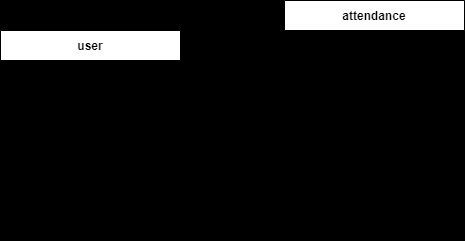
Before: src/er.drawio.png, a diagram exported from draw.io (gh-sugiura/mock_project1). Source tidied: cells renumbered, new cells last; positions are measured from the earlier drawing's top-left corner, leaving out a move shared by most shapes.
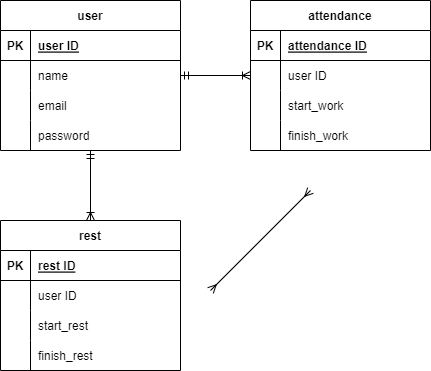
After the commit.

What changed in the source:
```diff
@@ -1,9 +1,9 @@
-<mxGraphModel background="#000000">
+<mxGraphModel>
   <root>
     <mxCell id="0" />
     <mxCell id="1" parent="0" />
     <mxCell id="2" value="attendance" style="shape=table;startSize=30;rowLines=0;fontStyle=1;align=center;" parent="1" vertex="1">
-      <mxGeometry x="284" width="180" height="240" as="geometry" />
+      <mxGeometry x="250" y="30" width="180" height="150" as="geometry" />
     </mxCell>
     <mxCell id="3" style="shape=tableRow;horizontal=0;startSize=0;swimlaneHead=0;swimlaneBody=0;fillColor=none;top=0;left=0;right=0;bottom=1;" parent="2" vertex="1">
       <mxGeometry y="30" width="180" height="30" as="geometry" />
@@ -23,17 +23,8 @@
     <mxCell id="8" value="user ID" style="shape=partialRectangle;fillColor=none;top=0;left=0;bottom=0;right=0;align=left;spacingLeft=6;overflow=hidden;" parent="6" vertex="1">
       <mxGeometry x="30" width="150" height="30" as="geometry" />
     </mxCell>
-    <mxCell id="9" style="shape=tableRow;horizontal=0;startSize=0;swimlaneHead=0;swimlaneBody=0;fillColor=none;top=0;left=0;right=0;bottom=0;" parent="2" vertex="1">
-      <mxGeometry y="90" width="180" height="30" as="geometry" />
-    </mxCell>
-    <mxCell id="10" style="shape=partialRectangle;fillColor=none;top=0;left=0;bottom=0;right=0;overflow=hidden;" parent="9" vertex="1">
-      <mxGeometry width="30" height="30" as="geometry" />
-    </mxCell>
-    <mxCell id="11" value="date" style="shape=partialRectangle;fillColor=none;top=0;left=0;bottom=0;right=0;align=left;spacingLeft=6;overflow=hidden;" parent="9" vertex="1">
-      <mxGeometry x="30" width="150" height="30" as="geometry" />
-    </mxCell>
     <mxCell id="12" style="shape=tableRow;horizontal=0;startSize=0;swimlaneHead=0;swimlaneBody=0;fillColor=none;top=0;left=0;right=0;bottom=0;" parent="2" vertex="1">
-      <mxGeometry y="120" width="180" height="30" as="geometry" />
+      <mxGeometry y="90" width="180" height="30" as="geometry" />
     </mxCell>
     <mxCell id="13" style="shape=partialRectangle;fillColor=none;top=0;left=0;bottom=0;right=0;overflow=hidden;" parent="12" vertex="1">
       <mxGeometry width="30" height="30" as="geometry" />
@@ -42,7 +33,7 @@
       <mxGeometry x="30" width="150" height="30" as="geometry" />
     </mxCell>
     <mxCell id="15" style="shape=tableRow;horizontal=0;startSize=0;swimlaneHead=0;swimlaneBody=0;fillColor=none;top=0;left=0;right=0;bottom=0;" parent="2" vertex="1">
-      <mxGeometry y="150" width="180" height="30" as="geometry" />
+      <mxGeometry y="120" width="180" height="30" as="geometry" />
     </mxCell>
     <mxCell id="16" style="shape=partialRectangle;fillColor=none;top=0;left=0;bottom=0;right=0;overflow=hidden;" parent="15" vertex="1">
       <mxGeometry width="30" height="30" as="geometry" />
@@ -50,26 +41,8 @@
     <mxCell id="17" value="finish_work" style="shape=partialRectangle;fillColor=none;top=0;left=0;bottom=0;right=0;align=left;spacingLeft=6;overflow=hidden;" parent="15" vertex="1">
       <mxGeometry x="30" width="150" height="30" as="geometry" />
     </mxCell>
-    <mxCell id="18" style="shape=tableRow;horizontal=0;startSize=0;swimlaneHead=0;swimlaneBody=0;fillColor=none;top=0;left=0;right=0;bottom=0;" parent="2" vertex="1">
-      <mxGeometry y="180" width="180" height="30" as="geometry" />
-    </mxCell>
-    <mxCell id="19" style="shape=partialRectangle;fillColor=none;top=0;left=0;bottom=0;right=0;overflow=hidden;" parent="18" vertex="1">
-      <mxGeometry width="30" height="30" as="geometry" />
-    </mxCell>
-    <mxCell id="20" value="start_brake" style="shape=partialRectangle;fillColor=none;top=0;left=0;bottom=0;right=0;align=left;spacingLeft=6;overflow=hidden;" parent="18" vertex="1">
-      <mxGeometry x="30" width="150" height="30" as="geometry" />
-    </mxCell>
-    <mxCell id="21" style="shape=tableRow;horizontal=0;startSize=0;swimlaneHead=0;swimlaneBody=0;fillColor=none;top=0;left=0;right=0;bottom=0;" parent="2" vertex="1">
-      <mxGeometry y="210" width="180" height="30" as="geometry" />
-    </mxCell>
-    <mxCell id="22" style="shape=partialRectangle;fillColor=none;top=0;left=0;bottom=0;right=0;overflow=hidden;" parent="21" vertex="1">
-      <mxGeometry width="30" height="30" as="geometry" />
-    </mxCell>
-    <mxCell id="23" value="finish_brake" style="shape=partialRectangle;fillColor=none;top=0;left=0;bottom=0;right=0;align=left;spacingLeft=6;overflow=hidden;" parent="21" vertex="1">
-      <mxGeometry x="30" width="150" height="30" as="geometry" />
-    </mxCell>
     <mxCell id="24" value="user" style="shape=table;startSize=30;rowLines=0;fontStyle=1;align=center;" parent="1" vertex="1">
-      <mxGeometry y="30" width="180" height="180" as="geometry" />
+      <mxGeometry y="30" width="180" height="150" as="geometry" />
     </mxCell>
     <mxCell id="25" style="shape=tableRow;horizontal=0;startSize=0;swimlaneHead=0;swimlaneBody=0;fillColor=none;top=0;left=0;right=0;bottom=1;" parent="24" vertex="1">
       <mxGeometry y="30" width="180" height="30" as="geometry" />
@@ -107,17 +80,56 @@
     <mxCell id="36" value="password" style="shape=partialRectangle;fillColor=none;top=0;left=0;bottom=0;right=0;align=left;spacingLeft=6;overflow=hidden;" parent="34" vertex="1">
       <mxGeometry x="30" width="150" height="30" as="geometry" />
     </mxCell>
-    <mxCell id="37" style="shape=tableRow;horizontal=0;startSize=0;swimlaneHead=0;swimlaneBody=0;fillColor=none;top=0;left=0;right=0;bottom=0;sketch=1;hachureGap=4;jiggle=2;curveFitting=1;fontFamily=Architects Daughter;fontSource=https%3A%2F%2Ffonts.googleapis.com%2Fcss%3Ffamily%3DArchitects%2BDaughter;fontSize=20;" parent="24" vertex="1">
-      <mxGeometry y="150" width="180" height="30" as="geometry" />
-    </mxCell>
-    <mxCell id="38" style="shape=partialRectangle;fillColor=none;top=0;left=0;bottom=0;right=0;overflow=hidden;sketch=1;hachureGap=4;jiggle=2;curveFitting=1;fontFamily=Architects Daughter;fontSource=https%3A%2F%2Ffonts.googleapis.com%2Fcss%3Ffamily%3DArchitects%2BDaughter;fontSize=20;" parent="37" vertex="1">
-      <mxGeometry width="30" height="30" as="geometry" />
-    </mxCell>
-    <mxCell id="39" value="password_confirmation" style="shape=partialRectangle;fillColor=none;top=0;left=0;bottom=0;right=0;align=left;spacingLeft=6;overflow=hidden;sketch=1;hachureGap=4;jiggle=2;curveFitting=1;fontFamily=Helvetica;fontSize=12;" parent="37" vertex="1">
-      <mxGeometry x="30" width="150" height="30" as="geometry" />
-    </mxCell>
-    <mxCell id="40" style="fontSize=12;html=1;endArrow=ERoneToMany;startArrow=ERmandOne;sketch=1;hachureGap=4;jiggle=2;curveFitting=1;fontFamily=Architects Daughter;fontSource=https%3A%2F%2Ffonts.googleapis.com%2Fcss%3Ffamily%3DArchitects%2BDaughter;" parent="1" edge="1" source="24" target="2">
+    <mxCell id="40" style="fontSize=12;html=1;endArrow=ERoneToMany;startArrow=ERmandOne;hachureGap=4;fontFamily=Architects Daughter;fontSource=https%3A%2F%2Ffonts.googleapis.com%2Fcss%3Ffamily%3DArchitects%2BDaughter;entryX=0;entryY=0.5;entryDx=0;entryDy=0;" parent="1" edge="1" source="24" target="6">
       <mxGeometry relative="1" as="geometry" />
     </mxCell>
+    <mxCell id="41" value="rest" style="shape=table;startSize=30;rowLines=0;fontStyle=1;align=center;" parent="1" vertex="1">
+      <mxGeometry y="250" width="180" height="150" as="geometry" />
+    </mxCell>
+    <mxCell id="42" style="shape=tableRow;horizontal=0;startSize=0;swimlaneHead=0;swimlaneBody=0;fillColor=none;top=0;left=0;right=0;bottom=1;" parent="41" vertex="1">
+      <mxGeometry y="30" width="180" height="30" as="geometry" />
+    </mxCell>
+    <mxCell id="43" value="PK" style="shape=partialRectangle;fillColor=none;top=0;left=0;bottom=0;right=0;fontStyle=1;overflow=hidden;" parent="42" vertex="1">
+      <mxGeometry width="30" height="30" as="geometry" />
+    </mxCell>
+    <mxCell id="44" value="rest ID" style="shape=partialRectangle;fillColor=none;top=0;left=0;bottom=0;right=0;align=left;spacingLeft=6;fontStyle=5;overflow=hidden;" parent="42" vertex="1">
+      <mxGeometry x="30" width="150" height="30" as="geometry" />
+    </mxCell>
+    <mxCell id="45" style="shape=tableRow;horizontal=0;startSize=0;swimlaneHead=0;swimlaneBody=0;fillColor=none;top=0;left=0;right=0;bottom=0;" parent="41" vertex="1">
+      <mxGeometry y="60" width="180" height="30" as="geometry" />
+    </mxCell>
+    <mxCell id="46" style="shape=partialRectangle;fillColor=none;top=0;left=0;bottom=0;right=0;overflow=hidden;" parent="45" vertex="1">
+      <mxGeometry width="30" height="30" as="geometry" />
+    </mxCell>
+    <mxCell id="47" value="user ID" style="shape=partialRectangle;fillColor=none;top=0;left=0;bottom=0;right=0;align=left;spacingLeft=6;overflow=hidden;" parent="45" vertex="1">
+      <mxGeometry x="30" width="150" height="30" as="geometry" />
+    </mxCell>
+    <mxCell id="9" style="shape=tableRow;horizontal=0;startSize=0;swimlaneHead=0;swimlaneBody=0;fillColor=none;top=0;left=0;right=0;bottom=0;" parent="41" vertex="1">
+      <mxGeometry y="90" width="180" height="30" as="geometry" />
+    </mxCell>
+    <mxCell id="48" style="shape=partialRectangle;fillColor=none;top=0;left=0;bottom=0;right=0;overflow=hidden;" parent="9" vertex="1">
+      <mxGeometry width="30" height="30" as="geometry" />
+    </mxCell>
+    <mxCell id="49" value="start_rest" style="shape=partialRectangle;fillColor=none;top=0;left=0;bottom=0;right=0;align=left;spacingLeft=6;overflow=hidden;" parent="9" vertex="1">
+      <mxGeometry x="30" width="150" height="30" as="geometry" />
+    </mxCell>
+    <mxCell id="50" style="shape=tableRow;horizontal=0;startSize=0;swimlaneHead=0;swimlaneBody=0;fillColor=none;top=0;left=0;right=0;bottom=0;" parent="41" vertex="1">
+      <mxGeometry y="120" width="180" height="30" as="geometry" />
+    </mxCell>
+    <mxCell id="51" style="shape=partialRectangle;fillColor=none;top=0;left=0;bottom=0;right=0;overflow=hidden;" parent="50" vertex="1">
+      <mxGeometry width="30" height="30" as="geometry" />
+    </mxCell>
+    <mxCell id="52" value="finish_rest" style="shape=partialRectangle;fillColor=none;top=0;left=0;bottom=0;right=0;align=left;spacingLeft=6;overflow=hidden;" parent="50" vertex="1">
+      <mxGeometry x="30" width="150" height="30" as="geometry" />
+    </mxCell>
+    <mxCell id="53" style="fontSize=12;html=1;endArrow=ERoneToMany;startArrow=ERmandOne;hachureGap=4;fontFamily=Architects Daughter;fontSource=https%3A%2F%2Ffonts.googleapis.com%2Fcss%3Ffamily%3DArchitects%2BDaughter;entryX=0.5;entryY=0;entryDx=0;entryDy=0;" parent="1" edge="1" source="34" target="41">
+      <mxGeometry relative="1" as="geometry" />
+    </mxCell>
+    <mxCell id="54" style="fontSize=12;html=1;endArrow=ERmany;startArrow=ERmany;hachureGap=4;fontFamily=Architects Daughter;fontSource=https%3A%2F%2Ffonts.googleapis.com%2Fcss%3Ffamily%3DArchitects%2BDaughter;" parent="1" edge="1">
+      <mxGeometry relative="1" as="geometry">
+        <mxPoint x="210" y="320" as="sourcePoint" />
+        <mxPoint x="310" y="220" as="targetPoint" />
+      </mxGeometry>
+    </mxCell>
   </root>
 </mxGraphModel>
```
